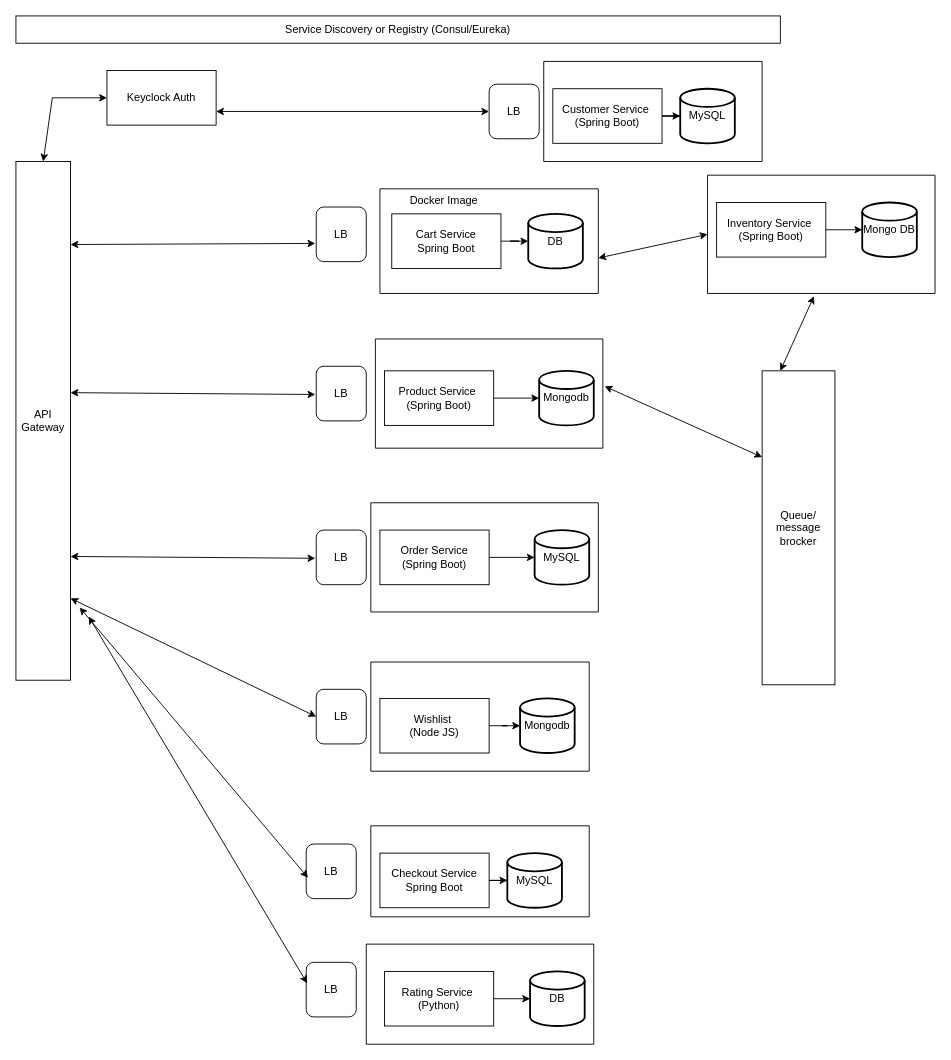
This is ecommercesd.drawio from devbinesh/wiki, a draw.io file, before an edit. Source tidied: cells renumbered, new cells numbered last; positions are measured from the earlier drawing's top-left corner, leaving out a move shared by most shapes. Both pictures are drawn from the tidied source at 91%, with x=0, y=0 at pixel (15, 15).
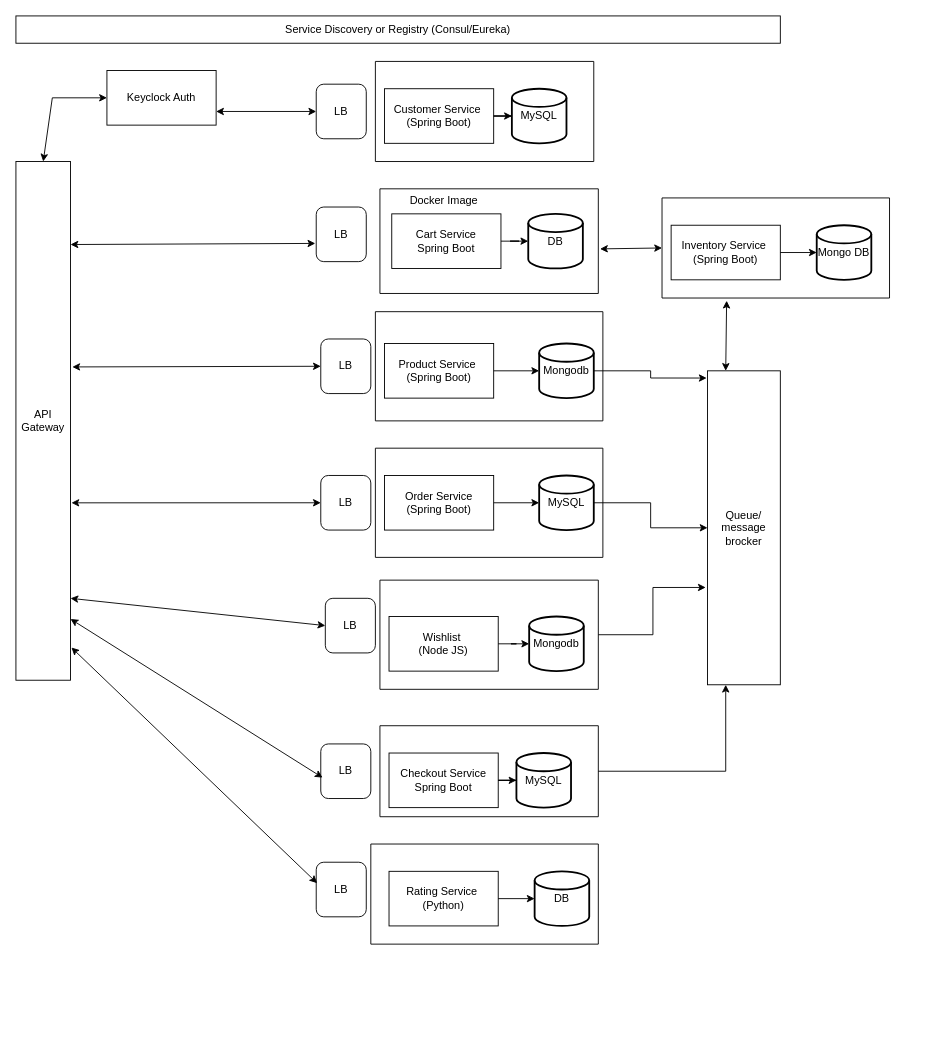
The same diagram, later.

The change refers to these unchanged cells:
```xml
<mxCell id="2" value="API&lt;div&gt;Gateway&lt;/div&gt;" style="rounded=0;whiteSpace=wrap;html=1;" parent="1" vertex="1">
  <mxGeometry y="160" width="60" height="570" as="geometry" />
</mxCell>
<mxCell id="16" value="MySQL" style="strokeWidth=2;html=1;shape=mxgraph.flowchart.database;whiteSpace=wrap;" parent="13" vertex="1">
  <mxGeometry x="180" y="30" width="60" height="60" as="geometry" />
</mxCell>
<mxCell id="19" value="Mongodb" style="strokeWidth=2;html=1;shape=mxgraph.flowchart.database;whiteSpace=wrap;" parent="17" vertex="1">
  <mxGeometry x="180" y="35" width="60" height="60" as="geometry" />
</mxCell>
<mxCell id="33" style="swimlane;startSize=0;" parent="1" vertex="1">
  <mxGeometry x="400" y="190" width="240" height="115" as="geometry" />
</mxCell>
```

Diff of the diagram source:
```diff
@@
     <mxCell id="5" style="swimlane;startSize=0;" parent="1" vertex="1">
-      <mxGeometry x="580" y="50" width="240" height="110" as="geometry" />
+      <mxGeometry x="395" y="50" width="240" height="110" as="geometry" />
     </mxCell>
@@
     <mxCell id="9" style="swimlane;startSize=0;" parent="1" vertex="1">
-      <mxGeometry x="760" y="175" width="250" height="130" as="geometry" />
+      <mxGeometry x="710" y="200" width="250" height="110" as="geometry" />
     </mxCell>
@@
     <mxCell id="13" style="swimlane;startSize=0;" parent="1" vertex="1">
-      <mxGeometry x="390" y="535" width="250" height="120" as="geometry" />
+      <mxGeometry x="395" y="475" width="250" height="120" as="geometry" />
     </mxCell>
@@
     <mxCell id="17" style="swimlane;startSize=0;" parent="1" vertex="1">
-      <mxGeometry x="395" y="355" width="250" height="120" as="geometry" />
+      <mxGeometry x="395" y="325" width="250" height="120" as="geometry" />
     </mxCell>
@@
     <mxCell id="21" style="swimlane;startSize=0;" parent="1" vertex="1">
-      <mxGeometry x="390" y="710" width="240" height="120" as="geometry" />
+      <mxGeometry x="400" y="620" width="240" height="120" as="geometry" />
     </mxCell>
@@
+    <mxCell id="57" style="edgeStyle=orthogonalEdgeStyle;rounded=0;jettySize=auto;html=1;entryX=0.25;entryY=1;entryDx=0;entryDy=0;" parent="1" edge="1" source="25" target="38">
+      <mxGeometry relative="1" as="geometry" />
+    </mxCell>
     <mxCell id="25" style="swimlane;startSize=0;" parent="1" vertex="1">
-      <mxGeometry x="390" y="890" width="240" height="100" as="geometry" />
+      <mxGeometry x="400" y="780" width="240" height="100" as="geometry" />
     </mxCell>
@@
     <mxCell id="29" style="swimlane;startSize=0;" parent="1" vertex="1">
-      <mxGeometry x="385" y="1020" width="250" height="110" as="geometry" />
+      <mxGeometry x="390" y="910" width="250" height="110" as="geometry" />
     </mxCell>
@@
     <mxCell id="38" value="Queue/&lt;div&gt;message brocker&lt;/div&gt;" style="rounded=0;whiteSpace=wrap;html=1;" parent="1" vertex="1">
-      <mxGeometry x="820" y="390" width="80" height="345" as="geometry" />
+      <mxGeometry x="760" y="390" width="80" height="345" as="geometry" />
     </mxCell>
-    <mxCell id="39" style="endArrow=classic;startArrow=classic;html=1;rounded=0;exitX=1.008;exitY=0.433;exitDx=0;exitDy=0;exitPerimeter=0;entryX=0;entryY=0.275;entryDx=0;entryDy=0;entryPerimeter=0;" parent="1" edge="1" source="17" target="38">
-      <mxGeometry relative="1" as="geometry" />
-    </mxCell>
-    <mxCell id="40" style="endArrow=classic;startArrow=classic;html=1;rounded=0;entryX=0.468;entryY=1.023;entryDx=0;entryDy=0;entryPerimeter=0;exitX=0.25;exitY=0;exitDx=0;exitDy=0;" parent="1" edge="1" source="38" target="9">
+    <mxCell id="40" style="endArrow=classic;startArrow=classic;html=1;rounded=0;entryX=0.284;entryY=1.027;entryDx=0;entryDy=0;entryPerimeter=0;exitX=0.25;exitY=0;exitDx=0;exitDy=0;" parent="1" edge="1" source="38" target="9">
       <mxGeometry relative="1" as="geometry" />
     </mxCell>
-    <mxCell id="41" style="endArrow=classic;startArrow=classic;html=1;rounded=0;entryX=0;entryY=0.5;entryDx=0;entryDy=0;exitX=1;exitY=0.661;exitDx=0;exitDy=0;exitPerimeter=0;" parent="1" edge="1" source="33" target="9">
+    <mxCell id="41" style="endArrow=classic;startArrow=classic;html=1;rounded=0;entryX=0;entryY=0.5;entryDx=0;entryDy=0;exitX=1.008;exitY=0.574;exitDx=0;exitDy=0;exitPerimeter=0;" parent="1" edge="1" source="33" target="9">
       <mxGeometry relative="1" as="geometry" />
     </mxCell>
@@
     <mxCell id="43" value="LB" style="rounded=1;whiteSpace=wrap;html=1;" parent="1" vertex="1">
-      <mxGeometry x="330" y="385" width="55" height="60" as="geometry" />
+      <mxGeometry x="335" y="355" width="55" height="60" as="geometry" />
     </mxCell>
     <mxCell id="44" value="LB" style="rounded=1;whiteSpace=wrap;html=1;" parent="1" vertex="1">
-      <mxGeometry x="330" y="565" width="55" height="60" as="geometry" />
+      <mxGeometry x="335" y="505" width="55" height="60" as="geometry" />
     </mxCell>
     <mxCell id="45" value="LB" style="rounded=1;whiteSpace=wrap;html=1;" parent="1" vertex="1">
-      <mxGeometry x="330" y="740" width="55" height="60" as="geometry" />
+      <mxGeometry x="340" y="640" width="55" height="60" as="geometry" />
     </mxCell>
@@
-    <mxCell id="47" style="endArrow=classic;startArrow=classic;html=1;rounded=0;exitX=1.017;exitY=0.195;exitDx=0;exitDy=0;exitPerimeter=0;entryX=0;entryY=0.5;entryDx=0;entryDy=0;" parent="1" edge="1">
-      <mxGeometry relative="1" as="geometry">
-        <mxPoint x="60" y="414" as="sourcePoint" />
-        <mxPoint x="329" y="416" as="targetPoint" />
-      </mxGeometry>
+    <mxCell id="47" style="endArrow=classic;startArrow=classic;html=1;rounded=0;exitX=1.033;exitY=0.396;exitDx=0;exitDy=0;exitPerimeter=0;entryX=0;entryY=0.5;entryDx=0;entryDy=0;" parent="1" edge="1" source="2" target="43">
+      <mxGeometry relative="1" as="geometry" />
     </mxCell>
-    <mxCell id="48" style="endArrow=classic;startArrow=classic;html=1;rounded=0;exitX=1.017;exitY=0.195;exitDx=0;exitDy=0;exitPerimeter=0;entryX=0;entryY=0.5;entryDx=0;entryDy=0;" parent="1" edge="1">
-      <mxGeometry relative="1" as="geometry">
-        <mxPoint x="60" y="594" as="sourcePoint" />
-        <mxPoint x="329" y="596" as="targetPoint" />
-      </mxGeometry>
+    <mxCell id="48" style="endArrow=classic;startArrow=classic;html=1;rounded=0;exitX=1.017;exitY=0.658;exitDx=0;exitDy=0;exitPerimeter=0;entryX=0;entryY=0.5;entryDx=0;entryDy=0;" parent="1" edge="1" source="2" target="44">
+      <mxGeometry relative="1" as="geometry" />
     </mxCell>
@@
     <mxCell id="50" value="LB" style="rounded=1;whiteSpace=wrap;html=1;" parent="1" vertex="1">
-      <mxGeometry x="319" y="910" width="55" height="60" as="geometry" />
+      <mxGeometry x="335" y="800" width="55" height="60" as="geometry" />
     </mxCell>
     <mxCell id="51" value="LB" style="rounded=1;whiteSpace=wrap;html=1;" parent="1" vertex="1">
-      <mxGeometry x="319" y="1040" width="55" height="60" as="geometry" />
+      <mxGeometry x="330" y="930" width="55" height="60" as="geometry" />
     </mxCell>
-    <mxCell id="52" style="endArrow=classic;startArrow=classic;html=1;rounded=0;exitX=1.017;exitY=0.195;exitDx=0;exitDy=0;exitPerimeter=0;entryX=0.036;entryY=0.617;entryDx=0;entryDy=0;entryPerimeter=0;" parent="1" edge="1" target="50">
-      <mxGeometry relative="1" as="geometry">
-        <mxPoint x="70" y="650" as="sourcePoint" />
-      </mxGeometry>
+    <mxCell id="52" style="endArrow=classic;startArrow=classic;html=1;rounded=0;exitX=1;exitY=0.882;exitDx=0;exitDy=0;exitPerimeter=0;entryX=0.036;entryY=0.617;entryDx=0;entryDy=0;entryPerimeter=0;" parent="1" edge="1" source="2" target="50">
+      <mxGeometry relative="1" as="geometry" />
     </mxCell>
-    <mxCell id="53" style="endArrow=classic;startArrow=classic;html=1;rounded=0;exitX=1.017;exitY=0.195;exitDx=0;exitDy=0;exitPerimeter=0;entryX=0.018;entryY=0.383;entryDx=0;entryDy=0;entryPerimeter=0;" parent="1" edge="1" target="51">
-      <mxGeometry relative="1" as="geometry">
-        <mxPoint x="80" y="660" as="sourcePoint" />
-      </mxGeometry>
+    <mxCell id="53" style="endArrow=classic;startArrow=classic;html=1;rounded=0;exitX=1.017;exitY=0.937;exitDx=0;exitDy=0;exitPerimeter=0;entryX=0.018;entryY=0.383;entryDx=0;entryDy=0;entryPerimeter=0;" parent="1" edge="1" source="2" target="51">
+      <mxGeometry relative="1" as="geometry" />
     </mxCell>
@@
     <mxCell id="55" value="LB" style="rounded=1;whiteSpace=wrap;html=1;" parent="1" vertex="1">
-      <mxGeometry x="520" y="75" width="55" height="60" as="geometry" />
+      <mxGeometry x="330" y="75" width="55" height="60" as="geometry" />
     </mxCell>
@@
+    <mxCell id="58" style="edgeStyle=orthogonalEdgeStyle;rounded=0;jettySize=auto;html=1;" parent="1" edge="1" source="16" target="38">
+      <mxGeometry relative="1" as="geometry" />
+    </mxCell>
+    <mxCell id="59" style="edgeStyle=orthogonalEdgeStyle;rounded=0;jettySize=auto;html=1;entryX=-0.025;entryY=0.69;entryDx=0;entryDy=0;entryPerimeter=0;" parent="1" edge="1" source="21" target="38">
+      <mxGeometry relative="1" as="geometry" />
+    </mxCell>
+    <mxCell id="60" style="edgeStyle=orthogonalEdgeStyle;rounded=0;jettySize=auto;html=1;entryX=-0.012;entryY=0.023;entryDx=0;entryDy=0;entryPerimeter=0;" parent="1" edge="1" source="19" target="38">
+      <mxGeometry relative="1" as="geometry" />
+    </mxCell>
```
